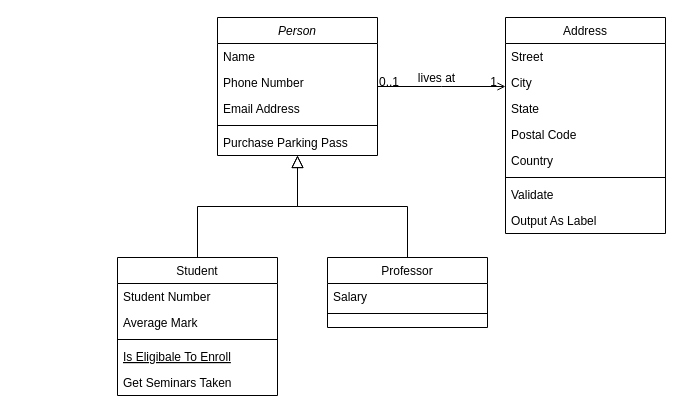
Earlier version of the draw.io diagram charts/Untitled Diagram.drawio (lancedang/process). Source tidied: cells renumbered, new cells numbered last; positions are measured from the earlier drawing's top-left corner, leaving out a move shared by most shapes. Both pictures are drawn from the tidied source at 100%, with x=0, y=0 at pixel (117, 17).
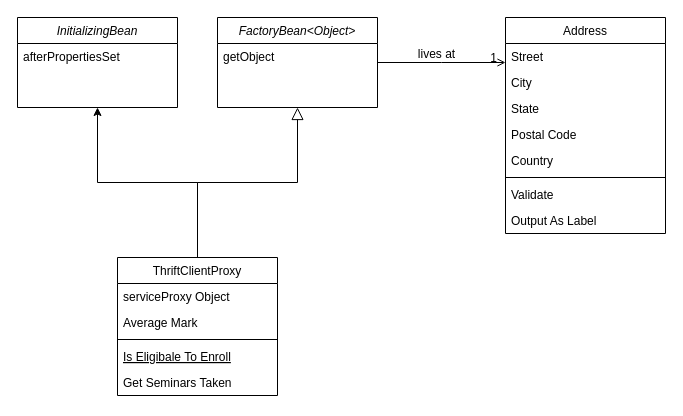
Above is the later version.

Unchanged cells that the change refers to:
```xml
<mxCell id="28" style="endArrow=open;shadow=0;strokeWidth=1;rounded=0;endFill=1;edgeStyle=elbowEdgeStyle;elbow=vertical;" parent="1" edge="1" source="2" target="19">
  <mxGeometry x="0.5" y="41" relative="1" as="geometry">
    <mxPoint x="-40" y="32" as="offset" />
  </mxGeometry>
</mxCell>
```

Diff of the diagram source:
```diff
@@
-    <mxCell id="2" value="Person" style="swimlane;fontStyle=2;align=center;verticalAlign=top;horizontal=1;startSize=26;rounded=0;shadow=0;strokeWidth=1;" parent="1" vertex="1">
-      <mxGeometry x="100" width="160" height="138" as="geometry" />
+    <mxCell id="2" value="FactoryBean&lt;Object&gt;" style="swimlane;fontStyle=2;align=center;verticalAlign=top;horizontal=1;startSize=26;rounded=0;shadow=0;strokeWidth=1;" parent="1" vertex="1">
+      <mxGeometry x="100" width="160" height="90" as="geometry" />
     </mxCell>
-    <mxCell id="3" value="Name" style="text;align=left;verticalAlign=top;spacingLeft=4;spacingRight=4;overflow=hidden;" parent="2" vertex="1">
-      <mxGeometry y="26" width="160" height="26" as="geometry" />
-    </mxCell>
-    <mxCell id="4" value="Phone Number" style="text;align=left;verticalAlign=top;spacingLeft=4;spacingRight=4;overflow=hidden;rounded=0;shadow=0;html=0;" parent="2" vertex="1">
-      <mxGeometry y="52" width="160" height="26" as="geometry" />
-    </mxCell>
-    <mxCell id="5" value="Email Address" style="text;align=left;verticalAlign=top;spacingLeft=4;spacingRight=4;overflow=hidden;rounded=0;shadow=0;html=0;" parent="2" vertex="1">
-      <mxGeometry y="78" width="160" height="26" as="geometry" />
-    </mxCell>
-    <mxCell id="6" style="line;html=1;strokeWidth=1;align=left;verticalAlign=middle;spacingTop=-1;spacingLeft=3;spacingRight=3;labelPosition=right;" parent="2" vertex="1">
-      <mxGeometry y="104" width="160" height="8" as="geometry" />
-    </mxCell>
-    <mxCell id="7" value="Purchase Parking Pass" style="text;align=left;verticalAlign=top;spacingLeft=4;spacingRight=4;overflow=hidden;" parent="2" vertex="1">
-      <mxGeometry y="112" width="160" height="26" as="geometry" />
+    <mxCell id="7" value="getObject" style="text;align=left;verticalAlign=top;spacingLeft=4;spacingRight=4;overflow=hidden;" parent="2" vertex="1">
+      <mxGeometry y="26" width="160" height="26" as="geometry" />
     </mxCell>
+    <mxCell id="32" style="edgeStyle=orthogonalEdgeStyle;rounded=0;jettySize=auto;html=1;entryX=0.5;entryY=1;entryDx=0;entryDy=0;" parent="1" edge="1" source="8" target="33">
+      <mxGeometry relative="1" as="geometry" />
+    </mxCell>
-    <mxCell id="8" value="Student" style="swimlane;fontStyle=0;align=center;verticalAlign=top;horizontal=1;startSize=26;rounded=0;shadow=0;strokeWidth=1;" parent="1" vertex="1">
+    <mxCell id="8" value="ThriftClientProxy&#10;" style="swimlane;fontStyle=0;align=center;verticalAlign=top;horizontal=1;startSize=26;rounded=0;shadow=0;strokeWidth=1;" parent="1" vertex="1">
       <mxGeometry y="240" width="160" height="138" as="geometry" />
     </mxCell>
-    <mxCell id="9" value="Student Number" style="text;align=left;verticalAlign=top;spacingLeft=4;spacingRight=4;overflow=hidden;" parent="8" vertex="1">
+    <mxCell id="9" value="serviceProxy Object&#10;" style="text;align=left;verticalAlign=top;spacingLeft=4;spacingRight=4;overflow=hidden;" parent="8" vertex="1">
       <mxGeometry y="26" width="160" height="26" as="geometry" />
     </mxCell>
@@
-    <mxCell id="15" value="Professor" style="swimlane;fontStyle=0;align=center;verticalAlign=top;horizontal=1;startSize=26;rounded=0;shadow=0;strokeWidth=1;" parent="1" vertex="1">
-      <mxGeometry x="210" y="240" width="160" height="70" as="geometry" />
-    </mxCell>
-    <mxCell id="16" value="Salary" style="text;align=left;verticalAlign=top;spacingLeft=4;spacingRight=4;overflow=hidden;" parent="15" vertex="1">
-      <mxGeometry y="26" width="160" height="26" as="geometry" />
-    </mxCell>
-    <mxCell id="17" style="line;html=1;strokeWidth=1;align=left;verticalAlign=middle;spacingTop=-1;spacingLeft=3;spacingRight=3;labelPosition=right;" parent="15" vertex="1">
-      <mxGeometry y="52" width="160" height="8" as="geometry" />
-    </mxCell>
-    <mxCell id="18" style="endArrow=block;endSize=10;endFill=0;shadow=0;strokeWidth=1;rounded=0;edgeStyle=elbowEdgeStyle;elbow=vertical;" parent="1" edge="1" source="15" target="2">
-      <mxGeometry relative="1" as="geometry" />
-    </mxCell>
@@
-    <mxCell id="29" value="0..1" style="align=left;verticalAlign=bottom;labelBackgroundColor=none;fontSize=12;" parent="28" vertex="1">
-      <mxGeometry x="-1" relative="1" as="geometry">
-        <mxPoint y="4" as="offset" />
-      </mxGeometry>
-    </mxCell>
@@
+    <mxCell id="33" value="InitializingBean" style="swimlane;fontStyle=2;align=center;verticalAlign=top;horizontal=1;startSize=26;rounded=0;shadow=0;strokeWidth=1;" parent="1" vertex="1">
+      <mxGeometry x="-100" width="160" height="90" as="geometry" />
+    </mxCell>
+    <mxCell id="34" value="afterPropertiesSet" style="text;align=left;verticalAlign=top;spacingLeft=4;spacingRight=4;overflow=hidden;" parent="33" vertex="1">
+      <mxGeometry y="26" width="160" height="26" as="geometry" />
+    </mxCell>
```
